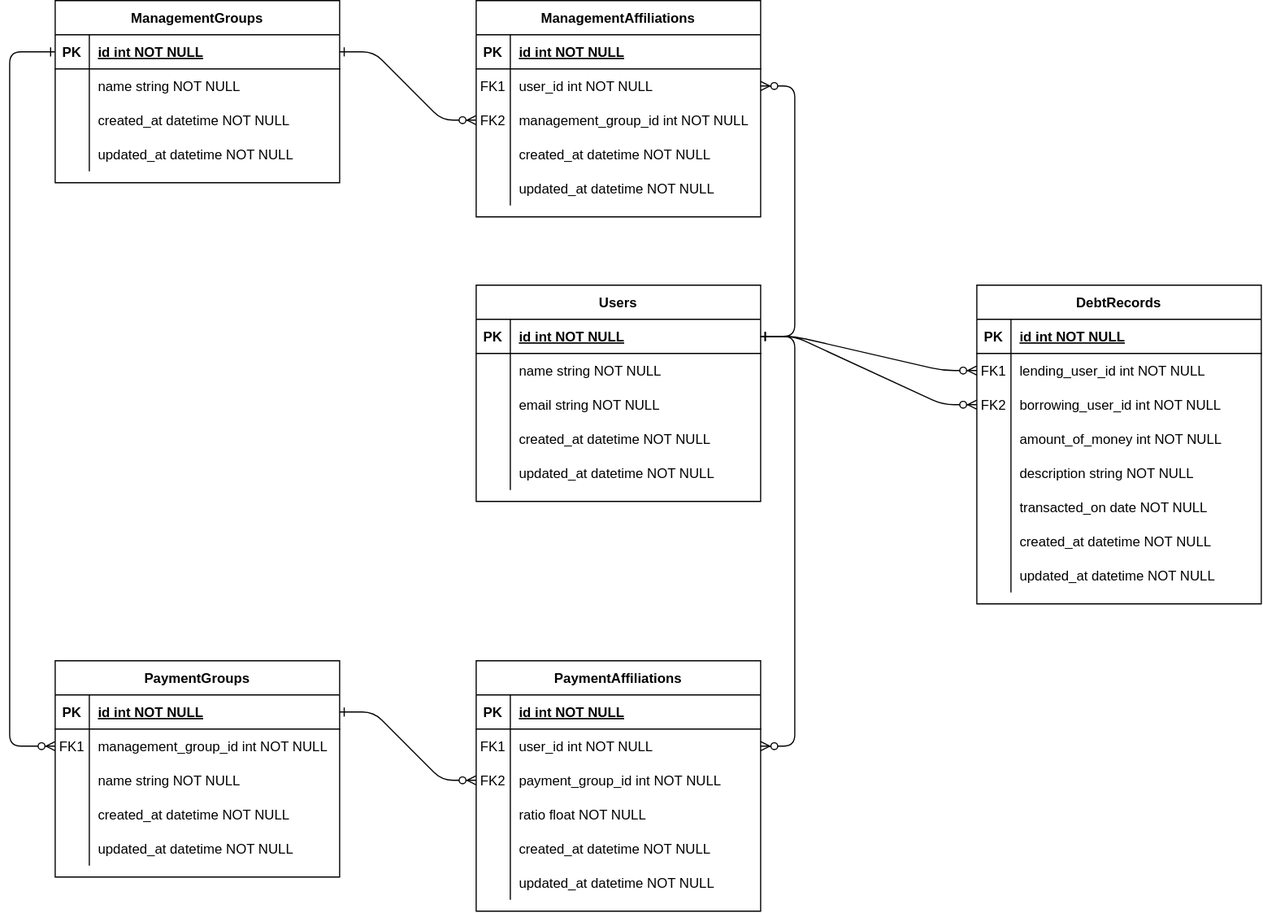
Above: er-diagram/er.svg in a-yossy/dutch_account (draw.io), before the change. Source tidied: cells renumbered, new cells last; positions are measured from the earlier drawing's top-left corner, leaving out a move shared by most shapes.
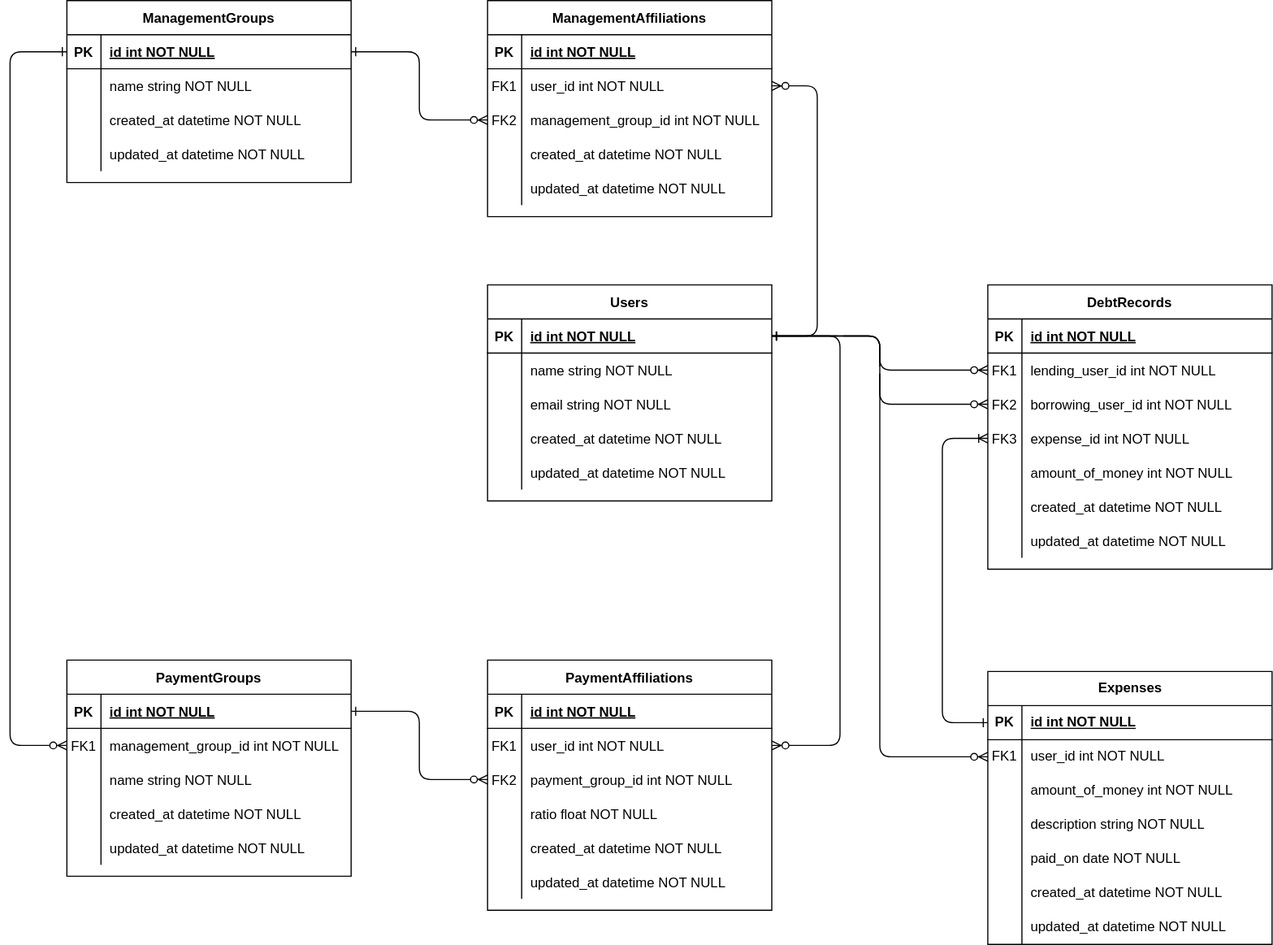
After the commit.

Commit message:
feat: expensedテーブル追加

Change to the diagram source:
```diff
@@ -2,7 +2,7 @@
   <root>
     <mxCell id="0" />
     <mxCell id="1" parent="0" />
-    <mxCell id="2" style="edgeStyle=entityRelationEdgeStyle;endArrow=ERzeroToMany;startArrow=ERone;endFill=1;startFill=0;" parent="1" edge="1" source="39" target="60">
+    <mxCell id="2" style="edgeStyle=orthogonalEdgeStyle;endArrow=ERzeroToMany;startArrow=ERone;endFill=1;startFill=0;" parent="1" edge="1" source="39" target="60">
       <mxGeometry relative="1" as="geometry" />
     </mxCell>
     <mxCell id="3" value="PaymentAffiliations" style="shape=table;startSize=30;rowLines=0;fontStyle=1;align=center;" parent="1" vertex="1">
@@ -158,14 +158,19 @@
     <mxCell id="53" value="updated_at datetime NOT NULL" style="shape=partialRectangle;overflow=hidden;fillColor=none;top=0;left=0;bottom=0;right=0;align=left;spacingLeft=6;" parent="51" vertex="1">
       <mxGeometry x="30" width="220" height="30" as="geometry" />
     </mxCell>
-    <mxCell id="54" style="edgeStyle=entityRelationEdgeStyle;endArrow=ERzeroToMany;startArrow=ERone;endFill=1;startFill=0;" parent="1" edge="1" source="23" target="10">
+    <mxCell id="54" style="edgeStyle=orthogonalEdgeStyle;endArrow=ERzeroToMany;startArrow=ERone;endFill=1;startFill=0;" parent="1" edge="1" source="23" target="10">
       <mxGeometry relative="1" as="geometry" />
     </mxCell>
-    <mxCell id="55" style="edgeStyle=entityRelationEdgeStyle;endArrow=ERzeroToMany;startArrow=ERone;endFill=1;startFill=0;jumpStyle=gap;" parent="1" edge="1" source="39" target="7">
-      <mxGeometry relative="1" as="geometry" />
+    <mxCell id="55" style="edgeStyle=orthogonalEdgeStyle;endArrow=ERzeroToMany;startArrow=ERone;endFill=1;startFill=0;jumpStyle=gap;exitX=1;exitY=0.5;exitDx=0;exitDy=0;" parent="1" edge="1" source="39" target="7">
+      <mxGeometry relative="1" as="geometry">
+        <Array as="points">
+          <mxPoint x="720" y="295" />
+          <mxPoint x="720" y="655" />
+        </Array>
+      </mxGeometry>
     </mxCell>
     <mxCell id="56" value="DebtRecords" style="shape=table;startSize=30;rowLines=0;fontStyle=1;align=center;" parent="1" vertex="1">
-      <mxGeometry x="850" y="250" width="250" height="280" as="geometry" />
+      <mxGeometry x="850" y="250" width="250" height="250" as="geometry" />
     </mxCell>
     <mxCell id="57" style="shape=partialRectangle;fillColor=none;top=0;left=0;right=0;bottom=1;" parent="56" vertex="1">
       <mxGeometry y="30" width="250" height="30" as="geometry" />
@@ -194,8 +199,17 @@
     <mxCell id="65" value="borrowing_user_id int NOT NULL" style="shape=partialRectangle;overflow=hidden;fillColor=none;top=0;left=0;bottom=0;right=0;align=left;spacingLeft=6;" parent="63" vertex="1">
       <mxGeometry x="30" width="220" height="30" as="geometry" />
     </mxCell>
+    <mxCell id="114" style="shape=partialRectangle;fillColor=none;points=[[0,0.5],[1,0.5]];portConstraint=eastwest;top=0;left=0;right=0;bottom=0;" parent="56" vertex="1">
+      <mxGeometry y="120" width="250" height="30" as="geometry" />
+    </mxCell>
+    <mxCell id="115" value="FK3" style="shape=partialRectangle;overflow=hidden;fillColor=none;top=0;left=0;bottom=0;right=0;" parent="114" vertex="1">
+      <mxGeometry width="30" height="30" as="geometry" />
+    </mxCell>
+    <mxCell id="116" value="expense_id int NOT NULL" style="shape=partialRectangle;overflow=hidden;fillColor=none;top=0;left=0;bottom=0;right=0;align=left;spacingLeft=6;" parent="114" vertex="1">
+      <mxGeometry x="30" width="220" height="30" as="geometry" />
+    </mxCell>
     <mxCell id="66" style="shape=partialRectangle;fillColor=none;top=0;left=0;right=0;bottom=0;" parent="56" vertex="1">
-      <mxGeometry y="120" width="250" height="30" as="geometry" />
+      <mxGeometry y="150" width="250" height="30" as="geometry" />
     </mxCell>
     <mxCell id="67" style="shape=partialRectangle;overflow=hidden;fillColor=none;top=0;left=0;bottom=0;right=0;" parent="66" vertex="1">
       <mxGeometry width="30" height="30" as="geometry" />
@@ -203,26 +217,8 @@
     <mxCell id="68" value="amount_of_money int NOT NULL" style="shape=partialRectangle;overflow=hidden;fillColor=none;top=0;left=0;bottom=0;right=0;align=left;spacingLeft=6;" parent="66" vertex="1">
       <mxGeometry x="30" width="220" height="30" as="geometry" />
     </mxCell>
-    <mxCell id="69" style="shape=partialRectangle;fillColor=none;top=0;left=0;right=0;bottom=0;" parent="56" vertex="1">
-      <mxGeometry y="150" width="250" height="30" as="geometry" />
-    </mxCell>
-    <mxCell id="70" style="shape=partialRectangle;overflow=hidden;fillColor=none;top=0;left=0;bottom=0;right=0;" parent="69" vertex="1">
-      <mxGeometry width="30" height="30" as="geometry" />
-    </mxCell>
-    <mxCell id="71" value="description string NOT NULL" style="shape=partialRectangle;overflow=hidden;fillColor=none;top=0;left=0;bottom=0;right=0;align=left;spacingLeft=6;" parent="69" vertex="1">
-      <mxGeometry x="30" width="220" height="30" as="geometry" />
-    </mxCell>
-    <mxCell id="72" style="shape=partialRectangle;fillColor=none;top=0;left=0;right=0;bottom=0;" parent="56" vertex="1">
-      <mxGeometry y="180" width="250" height="30" as="geometry" />
-    </mxCell>
-    <mxCell id="73" style="shape=partialRectangle;overflow=hidden;fillColor=none;top=0;left=0;bottom=0;right=0;" parent="72" vertex="1">
-      <mxGeometry width="30" height="30" as="geometry" />
-    </mxCell>
-    <mxCell id="74" value="transacted_on date NOT NULL" style="shape=partialRectangle;overflow=hidden;fillColor=none;top=0;left=0;bottom=0;right=0;align=left;spacingLeft=6;" parent="72" vertex="1">
-      <mxGeometry x="30" width="220" height="30" as="geometry" />
-    </mxCell>
     <mxCell id="75" style="shape=partialRectangle;fillColor=none;top=0;left=0;right=0;bottom=0;" parent="56" vertex="1">
-      <mxGeometry y="210" width="250" height="30" as="geometry" />
+      <mxGeometry y="180" width="250" height="30" as="geometry" />
     </mxCell>
     <mxCell id="76" style="shape=partialRectangle;overflow=hidden;fillColor=none;top=0;left=0;bottom=0;right=0;" parent="75" vertex="1">
       <mxGeometry width="30" height="30" as="geometry" />
@@ -231,7 +227,7 @@
       <mxGeometry x="30" width="220" height="30" as="geometry" />
     </mxCell>
     <mxCell id="78" style="shape=partialRectangle;fillColor=none;top=0;left=0;right=0;bottom=0;" parent="56" vertex="1">
-      <mxGeometry y="240" width="250" height="30" as="geometry" />
+      <mxGeometry y="210" width="250" height="30" as="geometry" />
     </mxCell>
     <mxCell id="79" style="shape=partialRectangle;overflow=hidden;fillColor=none;top=0;left=0;bottom=0;right=0;" parent="78" vertex="1">
       <mxGeometry width="30" height="30" as="geometry" />
@@ -239,7 +235,7 @@
     <mxCell id="80" value="updated_at datetime NOT NULL" style="shape=partialRectangle;overflow=hidden;fillColor=none;top=0;left=0;bottom=0;right=0;align=left;spacingLeft=6;" parent="78" vertex="1">
       <mxGeometry x="30" width="220" height="30" as="geometry" />
     </mxCell>
-    <mxCell id="81" style="edgeStyle=entityRelationEdgeStyle;endArrow=ERzeroToMany;startArrow=ERone;endFill=1;startFill=0;jumpStyle=gap;" parent="1" edge="1" source="39" target="63">
+    <mxCell id="81" style="edgeStyle=orthogonalEdgeStyle;endArrow=ERzeroToMany;startArrow=ERone;endFill=1;startFill=0;jumpStyle=gap;" parent="1" edge="1" source="39" target="63">
       <mxGeometry relative="1" as="geometry" />
     </mxCell>
     <mxCell id="82" value="ManagementAffiliations" style="shape=table;startSize=30;rowLines=0;fontStyle=1;align=center;" parent="1" vertex="1">
@@ -329,19 +325,107 @@
     <mxCell id="110" value="updated_at datetime NOT NULL" style="shape=partialRectangle;overflow=hidden;fillColor=none;top=0;left=0;bottom=0;right=0;align=left;spacingLeft=6;" parent="108" vertex="1">
       <mxGeometry x="30" width="220" height="30" as="geometry" />
     </mxCell>
-    <mxCell id="111" style="edgeStyle=entityRelationEdgeStyle;endArrow=ERzeroToMany;startArrow=ERone;endFill=1;startFill=0;jumpStyle=gap;" parent="1" edge="1" source="39" target="86">
-      <mxGeometry relative="1" as="geometry" />
+    <mxCell id="111" style="edgeStyle=orthogonalEdgeStyle;endArrow=ERzeroToMany;startArrow=ERone;endFill=1;startFill=0;jumpStyle=gap;exitX=1;exitY=0.5;exitDx=0;exitDy=0;" parent="1" edge="1" source="39" target="86">
+      <mxGeometry relative="1" as="geometry">
+        <Array as="points">
+          <mxPoint x="700" y="295" />
+          <mxPoint x="700" y="75" />
+        </Array>
+      </mxGeometry>
     </mxCell>
-    <mxCell id="112" style="edgeStyle=entityRelationEdgeStyle;endArrow=ERzeroToMany;startArrow=ERone;endFill=1;startFill=0;jumpStyle=gap;" parent="1" edge="1" source="99" target="89">
+    <mxCell id="112" style="edgeStyle=orthogonalEdgeStyle;endArrow=ERzeroToMany;startArrow=ERone;endFill=1;startFill=0;jumpStyle=gap;" parent="1" edge="1" source="99" target="89">
       <mxGeometry relative="1" as="geometry" />
     </mxCell>
     <mxCell id="113" style="edgeStyle=orthogonalEdgeStyle;endArrow=ERzeroToMany;startArrow=ERone;endFill=1;startFill=0;jumpStyle=gap;entryX=0;entryY=0.5;entryDx=0;entryDy=0;" parent="1" edge="1" source="99" target="26">
       <mxGeometry relative="1" as="geometry">
         <Array as="points">
-          <mxPoint y="45" />
-          <mxPoint y="655" />
+          <mxPoint x="-10" y="45" />
+          <mxPoint x="-10" y="655" />
         </Array>
       </mxGeometry>
     </mxCell>
+    <mxCell id="117" value="Expenses" style="shape=table;startSize=30;rowLines=0;fontStyle=1;align=center;html=1;" parent="1" vertex="1">
+      <mxGeometry x="850" y="590" width="250" height="240" as="geometry" />
+    </mxCell>
+    <mxCell id="118" style="shape=tableRow;horizontal=0;startSize=0;swimlaneHead=0;swimlaneBody=0;fillColor=none;points=[[0,0.5],[1,0.5]];portConstraint=eastwest;top=0;left=0;right=0;bottom=1;" parent="117" vertex="1">
+      <mxGeometry y="30" width="250" height="30" as="geometry" />
+    </mxCell>
+    <mxCell id="119" value="PK" style="shape=partialRectangle;fillColor=none;top=0;left=0;bottom=0;right=0;fontStyle=1;overflow=hidden;whiteSpace=wrap;html=1;" parent="118" vertex="1">
+      <mxGeometry width="30" height="30" as="geometry" />
+    </mxCell>
+    <mxCell id="120" value="id int NOT NULL" style="shape=partialRectangle;fillColor=none;top=0;left=0;bottom=0;right=0;align=left;spacingLeft=6;fontStyle=5;overflow=hidden;whiteSpace=wrap;html=1;" parent="118" vertex="1">
+      <mxGeometry x="30" width="220" height="30" as="geometry" />
+    </mxCell>
+    <mxCell id="121" style="shape=tableRow;horizontal=0;startSize=0;swimlaneHead=0;swimlaneBody=0;fillColor=none;points=[[0,0.5],[1,0.5]];portConstraint=eastwest;top=0;left=0;right=0;bottom=0;" parent="117" vertex="1">
+      <mxGeometry y="60" width="250" height="30" as="geometry" />
+    </mxCell>
+    <mxCell id="122" value="FK1" style="shape=partialRectangle;fillColor=none;top=0;left=0;bottom=0;right=0;overflow=hidden;whiteSpace=wrap;html=1;" parent="121" vertex="1">
+      <mxGeometry width="30" height="30" as="geometry" />
+    </mxCell>
+    <mxCell id="123" value="user_id int NOT NULL" style="shape=partialRectangle;fillColor=none;top=0;left=0;bottom=0;right=0;align=left;spacingLeft=6;overflow=hidden;whiteSpace=wrap;html=1;" parent="121" vertex="1">
+      <mxGeometry x="30" width="220" height="30" as="geometry" />
+    </mxCell>
+    <mxCell id="124" style="shape=tableRow;horizontal=0;startSize=0;swimlaneHead=0;swimlaneBody=0;fillColor=none;top=0;left=0;right=0;bottom=0;" parent="117" vertex="1">
+      <mxGeometry y="90" width="250" height="30" as="geometry" />
+    </mxCell>
+    <mxCell id="125" style="shape=partialRectangle;fillColor=none;top=0;left=0;bottom=0;right=0;overflow=hidden;whiteSpace=wrap;html=1;" parent="124" vertex="1">
+      <mxGeometry width="30" height="30" as="geometry" />
+    </mxCell>
+    <mxCell id="126" value="amount_of_money int NOT NULL" style="shape=partialRectangle;fillColor=none;top=0;left=0;bottom=0;right=0;align=left;spacingLeft=6;overflow=hidden;whiteSpace=wrap;html=1;" parent="124" vertex="1">
+      <mxGeometry x="30" width="220" height="30" as="geometry" />
+    </mxCell>
+    <mxCell id="127" style="shape=tableRow;horizontal=0;startSize=0;swimlaneHead=0;swimlaneBody=0;fillColor=none;top=0;left=0;right=0;bottom=0;" parent="117" vertex="1">
+      <mxGeometry y="120" width="250" height="30" as="geometry" />
+    </mxCell>
+    <mxCell id="128" style="shape=partialRectangle;fillColor=none;top=0;left=0;bottom=0;right=0;overflow=hidden;whiteSpace=wrap;html=1;" parent="127" vertex="1">
+      <mxGeometry width="30" height="30" as="geometry" />
+    </mxCell>
+    <mxCell id="71" value="description string NOT NULL" style="shape=partialRectangle;fillColor=none;top=0;left=0;bottom=0;right=0;align=left;spacingLeft=6;overflow=hidden;whiteSpace=wrap;html=1;" parent="127" vertex="1">
+      <mxGeometry x="30" width="220" height="30" as="geometry" />
+    </mxCell>
+    <mxCell id="129" style="shape=tableRow;horizontal=0;startSize=0;swimlaneHead=0;swimlaneBody=0;fillColor=none;top=0;left=0;right=0;bottom=0;" parent="117" vertex="1">
+      <mxGeometry y="150" width="250" height="30" as="geometry" />
+    </mxCell>
+    <mxCell id="130" style="shape=partialRectangle;fillColor=none;top=0;left=0;bottom=0;right=0;overflow=hidden;whiteSpace=wrap;html=1;" parent="129" vertex="1">
+      <mxGeometry width="30" height="30" as="geometry" />
+    </mxCell>
+    <mxCell id="131" value="paid_on date NOT NULL" style="shape=partialRectangle;fillColor=none;top=0;left=0;bottom=0;right=0;align=left;spacingLeft=6;overflow=hidden;whiteSpace=wrap;html=1;" parent="129" vertex="1">
+      <mxGeometry x="30" width="220" height="30" as="geometry" />
+    </mxCell>
+    <mxCell id="132" style="shape=tableRow;horizontal=0;startSize=0;swimlaneHead=0;swimlaneBody=0;fillColor=none;top=0;left=0;right=0;bottom=0;" parent="117" vertex="1">
+      <mxGeometry y="180" width="250" height="30" as="geometry" />
+    </mxCell>
+    <mxCell id="133" style="shape=partialRectangle;fillColor=none;top=0;left=0;bottom=0;right=0;overflow=hidden;whiteSpace=wrap;html=1;" parent="132" vertex="1">
+      <mxGeometry width="30" height="30" as="geometry" />
+    </mxCell>
+    <mxCell id="134" value="created_at datetime NOT NULL" style="shape=partialRectangle;fillColor=none;top=0;left=0;bottom=0;right=0;align=left;spacingLeft=6;overflow=hidden;whiteSpace=wrap;html=1;" parent="132" vertex="1">
+      <mxGeometry x="30" width="220" height="30" as="geometry" />
+    </mxCell>
+    <mxCell id="135" style="shape=tableRow;horizontal=0;startSize=0;swimlaneHead=0;swimlaneBody=0;fillColor=none;top=0;left=0;right=0;bottom=0;" parent="117" vertex="1">
+      <mxGeometry y="210" width="250" height="30" as="geometry" />
+    </mxCell>
+    <mxCell id="136" style="shape=partialRectangle;fillColor=none;top=0;left=0;bottom=0;right=0;overflow=hidden;whiteSpace=wrap;html=1;" parent="135" vertex="1">
+      <mxGeometry width="30" height="30" as="geometry" />
+    </mxCell>
+    <mxCell id="137" value="updated_at datetime NOT NULL" style="shape=partialRectangle;fillColor=none;top=0;left=0;bottom=0;right=0;align=left;spacingLeft=6;overflow=hidden;whiteSpace=wrap;html=1;" parent="135" vertex="1">
+      <mxGeometry x="30" width="220" height="30" as="geometry" />
+    </mxCell>
+    <mxCell id="138" style="shape=partialRectangle;fillColor=none;top=0;left=0;right=0;bottom=0;" parent="1" vertex="1">
+      <mxGeometry x="790" y="650" width="250" height="30" as="geometry" />
+    </mxCell>
+    <mxCell id="139" style="shape=partialRectangle;overflow=hidden;fillColor=none;top=0;left=0;bottom=0;right=0;" parent="138" vertex="1">
+      <mxGeometry width="30" height="30" as="geometry" />
+    </mxCell>
+    <mxCell id="140" style="edgeStyle=orthogonalEdgeStyle;endArrow=ERoneToMany;startArrow=ERone;endFill=0;startFill=0;exitX=0;exitY=0.5;exitDx=0;exitDy=0;entryX=0;entryY=0.5;entryDx=0;entryDy=0;" parent="1" edge="1" source="118" target="114">
+      <mxGeometry relative="1" as="geometry">
+        <Array as="points">
+          <mxPoint x="810" y="635" />
+          <mxPoint x="810" y="385" />
+        </Array>
+      </mxGeometry>
+    </mxCell>
+    <mxCell id="141" style="edgeStyle=orthogonalEdgeStyle;endArrow=ERzeroToMany;startArrow=ERone;endFill=1;startFill=0;" parent="1" edge="1" source="39" target="121">
+      <mxGeometry relative="1" as="geometry" />
+    </mxCell>
   </root>
 </mxGraphModel>
```
